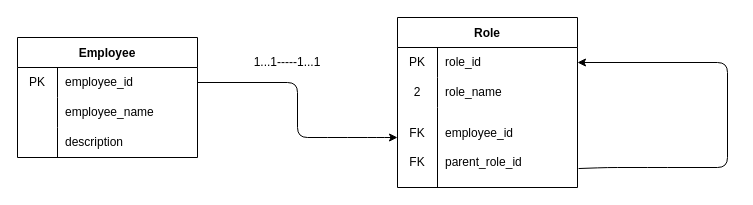
Above: dataBaseDesign.drawio in abdullah75f/Employee-Role-Management (draw.io), before the change. Source tidied: cells renumbered, new cells numbered last; positions are measured from the earlier drawing's top-left corner, leaving out a move shared by most shapes. Both pictures are drawn from the tidied source at 100%, with x=0, y=0 at pixel (17, 17).
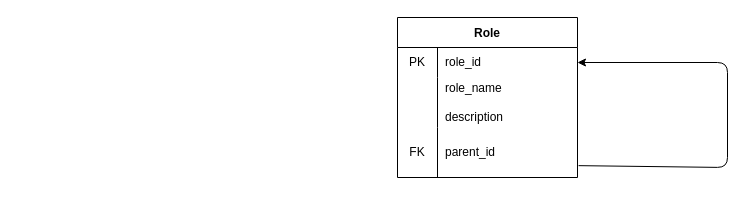
Above is the later version.

Commit message (it also covers changes not shown here):
Database Design

The change refers to these unchanged cells:
```xml
<mxCell id="13" style="shape=tableRow;horizontal=0;startSize=0;swimlaneHead=0;swimlaneBody=0;top=0;left=0;bottom=0;right=0;fillColor=none;points=[[0,0.5],[1,0.5]];portConstraint=eastwest;" parent="12" vertex="1">
  <mxGeometry y="30" width="180" height="30" as="geometry" />
</mxCell>
```

Change to the diagram source:
```diff
@@
-    <mxCell id="2" value="Employee" style="shape=table;startSize=30;childLayout=tableLayout;rowLines=0;fontStyle=1;" parent="1" vertex="1">
-      <mxGeometry y="20" width="180" height="120" as="geometry" />
-    </mxCell>
-    <mxCell id="3" style="shape=tableRow;horizontal=0;startSize=0;swimlaneHead=0;swimlaneBody=0;top=0;left=0;bottom=0;right=0;fillColor=none;points=[[0,0.5],[1,0.5]];portConstraint=eastwest;" parent="2" vertex="1">
-      <mxGeometry y="30" width="180" height="30" as="geometry" />
-    </mxCell>
-    <mxCell id="4" value="PK" style="shape=partialRectangle;html=1;whiteSpace=wrap;fillColor=none;top=0;left=0;bottom=0;right=0;overflow=hidden;" parent="3" vertex="1">
-      <mxGeometry width="40" height="30" as="geometry" />
-    </mxCell>
-    <mxCell id="5" value="employee_id" style="shape=partialRectangle;html=1;whiteSpace=wrap;fillColor=none;top=0;left=0;bottom=0;right=0;align=left;spacingLeft=6;overflow=hidden;" parent="3" vertex="1">
-      <mxGeometry x="40" width="140" height="30" as="geometry" />
-    </mxCell>
-    <mxCell id="6" style="shape=tableRow;horizontal=0;startSize=0;swimlaneHead=0;swimlaneBody=0;top=0;left=0;bottom=0;right=0;fillColor=none;" parent="2" vertex="1">
-      <mxGeometry y="60" width="180" height="30" as="geometry" />
-    </mxCell>
-    <mxCell id="7" style="shape=partialRectangle;html=1;whiteSpace=wrap;fillColor=none;top=0;left=0;bottom=0;right=0;overflow=hidden;" parent="6" vertex="1">
-      <mxGeometry width="40" height="30" as="geometry" />
-    </mxCell>
-    <mxCell id="8" value="employee_name" style="shape=partialRectangle;html=1;whiteSpace=wrap;fillColor=none;top=0;left=0;bottom=0;right=0;align=left;spacingLeft=6;overflow=hidden;" parent="6" vertex="1">
-      <mxGeometry x="40" width="140" height="30" as="geometry" />
-    </mxCell>
-    <mxCell id="9" style="shape=tableRow;horizontal=0;startSize=0;swimlaneHead=0;swimlaneBody=0;top=0;left=0;bottom=0;right=0;fillColor=none;" parent="2" vertex="1">
-      <mxGeometry y="90" width="180" height="30" as="geometry" />
-    </mxCell>
-    <mxCell id="10" style="shape=partialRectangle;html=1;whiteSpace=wrap;fillColor=none;top=0;left=0;bottom=0;right=0;overflow=hidden;" parent="9" vertex="1">
-      <mxGeometry width="40" height="30" as="geometry" />
-    </mxCell>
-    <mxCell id="11" value="description" style="shape=partialRectangle;html=1;whiteSpace=wrap;fillColor=none;top=0;left=0;bottom=0;right=0;align=left;spacingLeft=6;overflow=hidden;" parent="9" vertex="1">
-      <mxGeometry x="40" width="140" height="30" as="geometry" />
-    </mxCell>
     <mxCell id="12" value="Role" style="shape=table;startSize=30;childLayout=tableLayout;rowLines=0;fontStyle=1;" parent="1" vertex="1">
-      <mxGeometry x="380" width="180" height="170" as="geometry" />
+      <mxGeometry x="380" width="180" height="160" as="geometry" />
     </mxCell>
@@
     <mxCell id="16" style="shape=tableRow;horizontal=0;startSize=0;swimlaneHead=0;swimlaneBody=0;top=0;left=0;bottom=0;right=0;fillColor=none;" parent="12" vertex="1">
-      <mxGeometry y="60" width="180" height="30" as="geometry" />
+      <mxGeometry y="60" width="180" height="50" as="geometry" />
     </mxCell>
-    <mxCell id="17" value="2" style="shape=partialRectangle;html=1;whiteSpace=wrap;fillColor=none;top=0;left=0;bottom=0;right=0;overflow=hidden;" parent="16" vertex="1">
-      <mxGeometry width="40" height="30" as="geometry" />
+    <mxCell id="17" style="shape=partialRectangle;html=1;whiteSpace=wrap;fillColor=none;top=0;left=0;bottom=0;right=0;overflow=hidden;" parent="16" vertex="1">
+      <mxGeometry width="40" height="50" as="geometry" />
     </mxCell>
-    <mxCell id="18" value="role_name" style="shape=partialRectangle;html=1;whiteSpace=wrap;fillColor=none;top=0;left=0;bottom=0;right=0;align=left;spacingLeft=6;overflow=hidden;" parent="16" vertex="1">
-      <mxGeometry x="40" width="140" height="30" as="geometry" />
+    <mxCell id="18" value="role_name&lt;br&gt;&lt;br&gt;description" style="shape=partialRectangle;html=1;whiteSpace=wrap;fillColor=none;top=0;left=0;bottom=0;right=0;align=left;spacingLeft=6;overflow=hidden;" parent="16" vertex="1">
+      <mxGeometry x="40" width="140" height="50" as="geometry" />
     </mxCell>
     <mxCell id="19" style="shape=tableRow;horizontal=0;startSize=0;swimlaneHead=0;swimlaneBody=0;top=0;left=0;bottom=0;right=0;fillColor=none;points=[[0,0.5],[1,0.5]];portConstraint=eastwest;" parent="12" vertex="1">
-      <mxGeometry y="90" width="180" height="80" as="geometry" />
+      <mxGeometry y="110" width="180" height="50" as="geometry" />
     </mxCell>
-    <mxCell id="20" value="FK&lt;br&gt;&lt;br&gt;FK" style="shape=partialRectangle;html=1;whiteSpace=wrap;fillColor=none;top=0;left=0;bottom=0;right=0;overflow=hidden;" parent="19" vertex="1">
-      <mxGeometry width="40" height="80" as="geometry" />
+    <mxCell id="20" value="FK" style="shape=partialRectangle;html=1;whiteSpace=wrap;fillColor=none;top=0;left=0;bottom=0;right=0;overflow=hidden;" parent="19" vertex="1">
+      <mxGeometry width="40" height="50" as="geometry" />
     </mxCell>
-    <mxCell id="21" value="employee_id&lt;br&gt;&lt;br&gt;parent_role_id" style="shape=partialRectangle;html=1;whiteSpace=wrap;fillColor=none;top=0;left=0;bottom=0;right=0;align=left;spacingLeft=6;overflow=hidden;" parent="19" vertex="1">
-      <mxGeometry x="40" width="140" height="80" as="geometry" />
+    <mxCell id="21" value="parent_id" style="shape=partialRectangle;html=1;whiteSpace=wrap;fillColor=none;top=0;left=0;bottom=0;right=0;align=left;spacingLeft=6;overflow=hidden;" parent="19" vertex="1">
+      <mxGeometry x="40" width="140" height="50" as="geometry" />
     </mxCell>
     <mxCell id="22" style="edgeStyle=none;html=1;entryX=1;entryY=0.5;entryDx=0;entryDy=0;exitX=1.006;exitY=0.763;exitDx=0;exitDy=0;exitPerimeter=0;" parent="12" edge="1" source="19" target="13">
       <mxGeometry relative="1" as="geometry">
         <Array as="points">
-          <mxPoint x="210" y="150" />
-          <mxPoint x="260" y="150" />
           <mxPoint x="330" y="150" />
           <mxPoint x="330" y="45" />
         </Array>
       </mxGeometry>
     </mxCell>
-    <mxCell id="23" style="edgeStyle=none;html=1;exitX=1;exitY=0.5;exitDx=0;exitDy=0;" parent="1" edge="1" source="3">
-      <mxGeometry relative="1" as="geometry">
-        <mxPoint x="380" y="120" as="targetPoint" />
-        <Array as="points">
-          <mxPoint x="280" y="65" />
-          <mxPoint x="280" y="120" />
-          <mxPoint x="320" y="120" />
-          <mxPoint x="360" y="120" />
-        </Array>
-      </mxGeometry>
-    </mxCell>
-    <mxCell id="24" value="1...1-----1...1" style="text;html=1;strokeColor=none;fillColor=none;align=center;verticalAlign=middle;whiteSpace=wrap;rounded=0;" parent="1" vertex="1">
-      <mxGeometry x="210" y="30" width="120" height="30" as="geometry" />
-    </mxCell>
```
